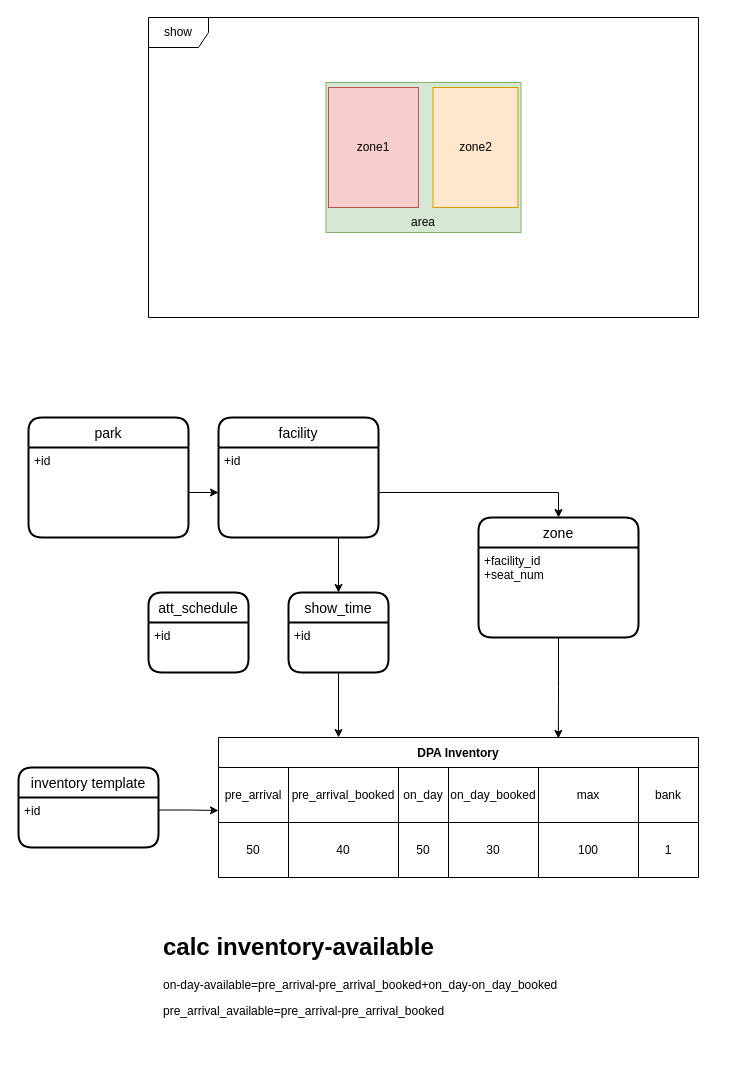
lixyu/draw keeps this draw.io diagram as disney/ent_inventory_datad_structure.drawio. Above is the earlier version. Source tidied: cells renumbered, new cells numbered last; positions are measured from the earlier drawing's top-left corner, leaving out a move shared by most shapes. Both pictures are drawn from the tidied source at 100%, with x=0, y=0 at pixel (18, 17).
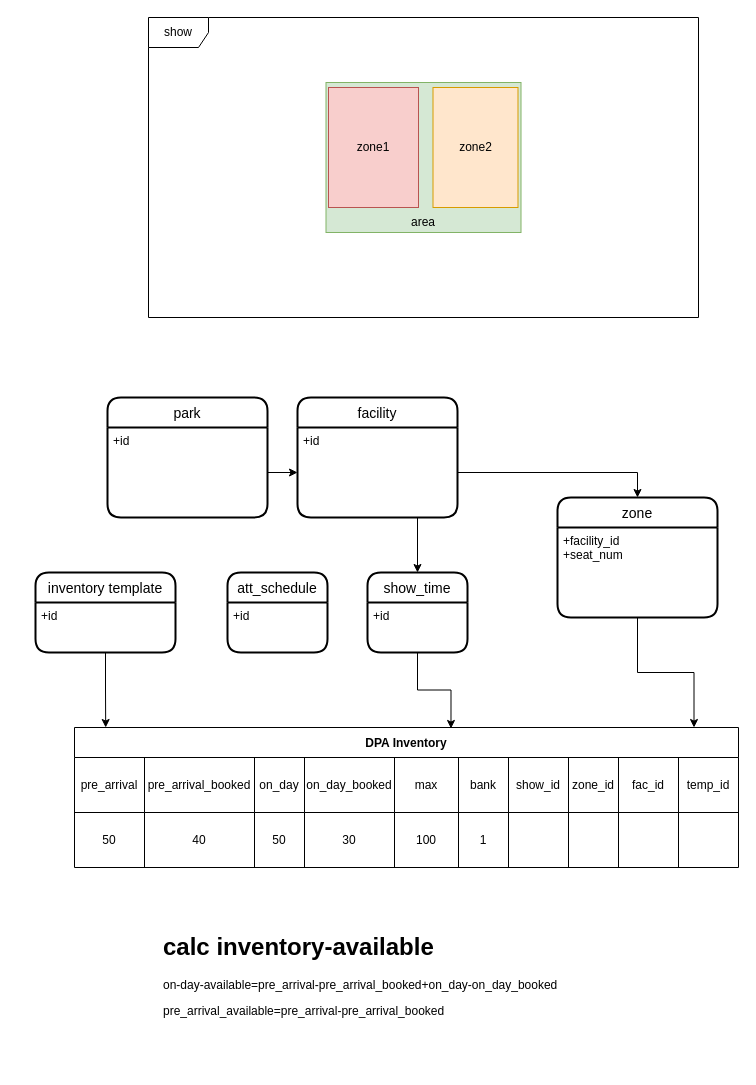
The same diagram, later.

Unchanged cells that the change refers to:
```xml
<mxCell id="8" value="+facility_id&#10;+seat_num" style="align=left;strokeColor=none;fillColor=none;spacingLeft=4;fontSize=12;verticalAlign=top;" parent="7" vertex="1">
  <mxGeometry y="30" width="160" height="90" as="geometry" />
</mxCell>
<mxCell id="32" value="+id&#10;" style="align=left;strokeColor=none;fillColor=none;spacingLeft=4;fontSize=12;verticalAlign=top;" parent="31" vertex="1">
  <mxGeometry y="30" width="100" height="50" as="geometry" />
</mxCell>
```

What changed in the source:
```diff
@@
     <mxCell id="7" value="zone" style="swimlane;horizontal=1;startSize=30;rounded=1;fontSize=14;fontStyle=0;strokeWidth=2;shadow=0;dashed=0;align=center;" parent="1" vertex="1">
-      <mxGeometry x="460" y="500" width="160" height="120" as="geometry" />
+      <mxGeometry x="539" y="480" width="160" height="120" as="geometry" />
     </mxCell>
@@
     <mxCell id="9" value="DPA Inventory" style="shape=table;startSize=30;childLayout=tableLayout;fontStyle=1;align=center;" parent="1" vertex="1">
-      <mxGeometry x="200" y="720" width="480" height="140" as="geometry" />
+      <mxGeometry x="56" y="710" width="664" height="140" as="geometry" />
     </mxCell>
     <mxCell id="10" style="shape=tableRow;horizontal=0;startSize=0;swimlaneHead=0;swimlaneBody=0;top=0;left=0;bottom=0;right=0;fillColor=none;points=[[0,0.5],[1,0.5]];portConstraint=eastwest;" parent="9" vertex="1">
-      <mxGeometry y="30" width="480" height="55" as="geometry" />
+      <mxGeometry y="30" width="664" height="55" as="geometry" />
     </mxCell>
@@
     <mxCell id="15" value="max" style="shape=partialRectangle;html=1;whiteSpace=wrap;fillColor=none;top=0;left=0;bottom=0;right=0;overflow=hidden;" parent="10" vertex="1">
-      <mxGeometry x="320" width="100" height="55" as="geometry" />
+      <mxGeometry x="320" width="64" height="55" as="geometry" />
     </mxCell>
     <mxCell id="16" value="bank" style="shape=partialRectangle;html=1;whiteSpace=wrap;fillColor=none;top=0;left=0;bottom=0;right=0;overflow=hidden;" parent="10" vertex="1">
-      <mxGeometry x="420" width="60" height="55" as="geometry" />
+      <mxGeometry x="384" width="50" height="55" as="geometry" />
     </mxCell>
+    <mxCell id="41" value="show_id" style="shape=partialRectangle;html=1;whiteSpace=wrap;fillColor=none;top=0;left=0;bottom=0;right=0;overflow=hidden;" parent="10" vertex="1">
+      <mxGeometry x="434" width="60" height="55" as="geometry" />
+    </mxCell>
+    <mxCell id="42" value="zone_id" style="shape=partialRectangle;html=1;whiteSpace=wrap;fillColor=none;top=0;left=0;bottom=0;right=0;overflow=hidden;" parent="10" vertex="1">
+      <mxGeometry x="494" width="50" height="55" as="geometry" />
+    </mxCell>
+    <mxCell id="43" value="fac_id" style="shape=partialRectangle;html=1;whiteSpace=wrap;fillColor=none;top=0;left=0;bottom=0;right=0;overflow=hidden;" parent="10" vertex="1">
+      <mxGeometry x="544" width="60" height="55" as="geometry" />
+    </mxCell>
+    <mxCell id="44" value="temp_id" style="shape=partialRectangle;html=1;whiteSpace=wrap;fillColor=none;top=0;left=0;bottom=0;right=0;overflow=hidden;" parent="10" vertex="1">
+      <mxGeometry x="604" width="60" height="55" as="geometry" />
+    </mxCell>
     <mxCell id="17" style="shape=tableRow;horizontal=0;startSize=0;swimlaneHead=0;swimlaneBody=0;top=0;left=0;bottom=0;right=0;fillColor=none;" parent="9" vertex="1">
-      <mxGeometry y="85" width="480" height="55" as="geometry" />
+      <mxGeometry y="85" width="664" height="55" as="geometry" />
     </mxCell>
@@
     <mxCell id="22" value="100" style="shape=partialRectangle;html=1;whiteSpace=wrap;fillColor=none;top=0;left=0;bottom=0;right=0;overflow=hidden;" parent="17" vertex="1">
-      <mxGeometry x="320" width="100" height="55" as="geometry" />
+      <mxGeometry x="320" width="64" height="55" as="geometry" />
     </mxCell>
     <mxCell id="23" value="1" style="shape=partialRectangle;html=1;whiteSpace=wrap;fillColor=none;top=0;left=0;bottom=0;right=0;overflow=hidden;" parent="17" vertex="1">
-      <mxGeometry x="420" width="60" height="55" as="geometry" />
+      <mxGeometry x="384" width="50" height="55" as="geometry" />
     </mxCell>
+    <mxCell id="45" style="shape=partialRectangle;html=1;whiteSpace=wrap;fillColor=none;top=0;left=0;bottom=0;right=0;overflow=hidden;" parent="17" vertex="1">
+      <mxGeometry x="434" width="60" height="55" as="geometry" />
+    </mxCell>
+    <mxCell id="46" style="shape=partialRectangle;html=1;whiteSpace=wrap;fillColor=none;top=0;left=0;bottom=0;right=0;overflow=hidden;" parent="17" vertex="1">
+      <mxGeometry x="494" width="50" height="55" as="geometry" />
+    </mxCell>
+    <mxCell id="47" style="shape=partialRectangle;html=1;whiteSpace=wrap;fillColor=none;top=0;left=0;bottom=0;right=0;overflow=hidden;" parent="17" vertex="1">
+      <mxGeometry x="544" width="60" height="55" as="geometry" />
+    </mxCell>
+    <mxCell id="48" style="shape=partialRectangle;html=1;whiteSpace=wrap;fillColor=none;top=0;left=0;bottom=0;right=0;overflow=hidden;" parent="17" vertex="1">
+      <mxGeometry x="604" width="60" height="55" as="geometry" />
+    </mxCell>
@@
     <mxCell id="25" value="facility" style="swimlane;horizontal=1;startSize=30;rounded=1;fontSize=14;fontStyle=0;strokeWidth=2;shadow=0;dashed=0;align=center;" parent="1" vertex="1">
-      <mxGeometry x="200" y="400" width="160" height="120" as="geometry" />
+      <mxGeometry x="279" y="380" width="160" height="120" as="geometry" />
     </mxCell>
@@
     <mxCell id="27" value="park" style="swimlane;horizontal=1;startSize=30;rounded=1;fontSize=14;fontStyle=0;strokeWidth=2;shadow=0;dashed=0;align=center;" parent="1" vertex="1">
-      <mxGeometry x="10" y="400" width="160" height="120" as="geometry" />
+      <mxGeometry x="89" y="380" width="160" height="120" as="geometry" />
     </mxCell>
@@
     <mxCell id="29" value="att_schedule" style="swimlane;horizontal=1;startSize=30;rounded=1;fontSize=14;fontStyle=0;strokeWidth=2;shadow=0;dashed=0;align=center;" parent="1" vertex="1">
-      <mxGeometry x="130" y="575" width="100" height="80" as="geometry" />
+      <mxGeometry x="209" y="555" width="100" height="80" as="geometry" />
     </mxCell>
@@
     <mxCell id="31" value="show_time" style="swimlane;horizontal=1;startSize=30;rounded=1;fontSize=14;fontStyle=0;strokeWidth=2;shadow=0;dashed=0;align=center;" parent="1" vertex="1">
-      <mxGeometry x="270" y="575" width="100" height="80" as="geometry" />
+      <mxGeometry x="349" y="555" width="100" height="80" as="geometry" />
     </mxCell>
@@
+    <mxCell id="38" value="inventory template" style="swimlane;horizontal=1;startSize=30;rounded=1;fontSize=14;fontStyle=0;strokeWidth=2;shadow=0;dashed=0;align=center;" parent="1" vertex="1">
+      <mxGeometry x="17" y="555" width="140" height="80" as="geometry" />
+    </mxCell>
+    <mxCell id="39" value="+id&#10;" style="align=left;strokeColor=none;fillColor=none;spacingLeft=4;fontSize=12;verticalAlign=top;" parent="38" vertex="1">
+      <mxGeometry y="30" width="140" height="50" as="geometry" />
+    </mxCell>
+    <mxCell id="49" style="edgeStyle=orthogonalEdgeStyle;rounded=0;jettySize=auto;html=1;exitX=0.5;exitY=1;exitDx=0;exitDy=0;entryX=0.047;entryY=0;entryDx=0;entryDy=0;entryPerimeter=0;" parent="1" edge="1" source="39" target="9">
+      <mxGeometry relative="1" as="geometry" />
+    </mxCell>
-    <mxCell id="36" style="edgeStyle=orthogonalEdgeStyle;rounded=0;jettySize=auto;html=1;exitX=0.5;exitY=1;exitDx=0;exitDy=0;entryX=0.25;entryY=0;entryDx=0;entryDy=0;" parent="1" edge="1" source="32" target="9">
+    <mxCell id="36" style="edgeStyle=orthogonalEdgeStyle;rounded=0;jettySize=auto;html=1;exitX=0.5;exitY=1;exitDx=0;exitDy=0;entryX=0.567;entryY=0.007;entryDx=0;entryDy=0;entryPerimeter=0;" parent="1" edge="1" source="32" target="9">
       <mxGeometry relative="1" as="geometry" />
     </mxCell>
-    <mxCell id="37" style="edgeStyle=orthogonalEdgeStyle;rounded=0;jettySize=auto;html=1;exitX=0.5;exitY=1;exitDx=0;exitDy=0;entryX=0.708;entryY=0.007;entryDx=0;entryDy=0;entryPerimeter=0;" parent="1" edge="1" source="8" target="9">
+    <mxCell id="37" style="edgeStyle=orthogonalEdgeStyle;rounded=0;jettySize=auto;html=1;exitX=0.5;exitY=1;exitDx=0;exitDy=0;entryX=0.933;entryY=0;entryDx=0;entryDy=0;entryPerimeter=0;" parent="1" edge="1" source="8" target="9">
       <mxGeometry relative="1" as="geometry" />
     </mxCell>
-    <mxCell id="38" value="inventory template" style="swimlane;horizontal=1;startSize=30;rounded=1;fontSize=14;fontStyle=0;strokeWidth=2;shadow=0;dashed=0;align=center;" parent="1" vertex="1">
-      <mxGeometry y="750" width="140" height="80" as="geometry" />
-    </mxCell>
-    <mxCell id="39" value="+id&#10;" style="align=left;strokeColor=none;fillColor=none;spacingLeft=4;fontSize=12;verticalAlign=top;" parent="38" vertex="1">
-      <mxGeometry y="30" width="140" height="50" as="geometry" />
-    </mxCell>
-    <mxCell id="40" style="edgeStyle=orthogonalEdgeStyle;rounded=0;jettySize=auto;html=1;exitX=1;exitY=0.25;exitDx=0;exitDy=0;entryX=0;entryY=0.782;entryDx=0;entryDy=0;entryPerimeter=0;" parent="1" edge="1" source="39" target="10">
-      <mxGeometry relative="1" as="geometry" />
-    </mxCell>
```
